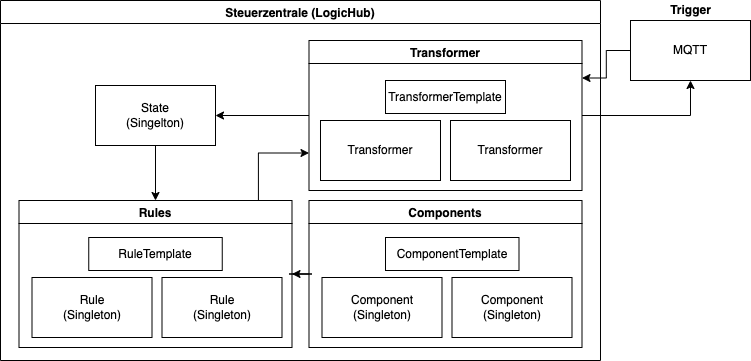
The draw.io diagram images/final_architecture_with_patterns.png in MJ7898/Master-Thesis, before a commit. Source tidied: cells renumbered, new cells last; positions are measured from the earlier drawing's top-left corner, leaving out a move shared by most shapes.
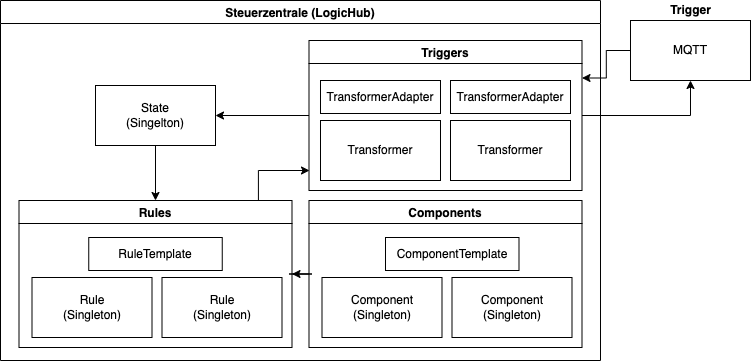
Above is the later version.

What changed in the source:
```diff
@@ -5,8 +5,13 @@
     <mxCell id="2" value="Steuerzentrale (LogicHub)" style="swimlane;" parent="1" vertex="1">
       <mxGeometry width="600" height="360" as="geometry" />
     </mxCell>
-    <mxCell id="3" style="edgeStyle=orthogonalEdgeStyle;rounded=0;jettySize=auto;html=1;entryX=0;entryY=0.75;entryDx=0;entryDy=0;exitX=0.877;exitY=0;exitDx=0;exitDy=0;exitPerimeter=0;" parent="2" edge="1" source="4" target="14">
-      <mxGeometry relative="1" as="geometry" />
+    <mxCell id="3" style="edgeStyle=orthogonalEdgeStyle;rounded=0;jettySize=auto;html=1;exitX=0.877;exitY=0;exitDx=0;exitDy=0;exitPerimeter=0;" parent="2" edge="1" source="4">
+      <mxGeometry relative="1" as="geometry">
+        <mxPoint x="309" y="170" as="targetPoint" />
+        <Array as="points">
+          <mxPoint x="258" y="170" />
+        </Array>
+      </mxGeometry>
     </mxCell>
     <mxCell id="4" value="Rules" style="swimlane;" parent="2" vertex="1">
       <mxGeometry x="18.5" y="200" width="273" height="147" as="geometry" />
@@ -35,29 +40,36 @@
     <mxCell id="12" value="ComponentTemplate" style="rounded=0;whiteSpace=wrap;html=1;" parent="9" vertex="1">
       <mxGeometry x="76.5" y="37" width="133.5" height="33" as="geometry" />
     </mxCell>
-    <mxCell id="13" style="edgeStyle=orthogonalEdgeStyle;rounded=0;jettySize=auto;html=1;entryX=1;entryY=0.5;entryDx=0;entryDy=0;" parent="2" edge="1" source="14" target="19">
-      <mxGeometry relative="1" as="geometry" />
+    <mxCell id="13" style="edgeStyle=orthogonalEdgeStyle;rounded=0;jettySize=auto;html=1;entryX=1;entryY=0.5;entryDx=0;entryDy=0;" parent="2" edge="1" target="19">
+      <mxGeometry relative="1" as="geometry">
+        <mxPoint x="308.5" y="115" as="sourcePoint" />
+      </mxGeometry>
     </mxCell>
-    <mxCell id="14" value="Transformer" style="swimlane;" parent="2" vertex="1">
-      <mxGeometry x="308.5" y="40" width="273" height="150" as="geometry" />
-    </mxCell>
+    <mxCell id="18" style="edgeStyle=orthogonalEdgeStyle;rounded=0;jettySize=auto;html=1;entryX=0.5;entryY=0;entryDx=0;entryDy=0;" parent="2" edge="1" source="19" target="4">
+      <mxGeometry relative="1" as="geometry" />
+    </mxCell>
+    <mxCell id="19" value="State&lt;br&gt;(Singelton)" style="rounded=0;whiteSpace=wrap;html=1;" parent="2" vertex="1">
+      <mxGeometry x="95" y="85" width="120" height="60" as="geometry" />
+    </mxCell>
+    <mxCell id="24" value="Triggers" style="swimlane;" parent="2" vertex="1">
+      <mxGeometry x="308.5" y="40" width="273" height="150" as="geometry" />
+    </mxCell>
-    <mxCell id="15" value="Transformer" style="rounded=0;whiteSpace=wrap;html=1;" parent="14" vertex="1">
+    <mxCell id="15" value="Transformer" style="rounded=0;whiteSpace=wrap;html=1;" parent="24" vertex="1">
       <mxGeometry x="11.5" y="80" width="120" height="60" as="geometry" />
     </mxCell>
-    <mxCell id="16" value="Transformer" style="rounded=0;whiteSpace=wrap;html=1;" parent="14" vertex="1">
+    <mxCell id="16" value="Transformer" style="rounded=0;whiteSpace=wrap;html=1;" parent="24" vertex="1">
       <mxGeometry x="141.5" y="80" width="120" height="60" as="geometry" />
     </mxCell>
-    <mxCell id="17" value="TransformerTemplate" style="rounded=0;whiteSpace=wrap;html=1;" parent="14" vertex="1">
-      <mxGeometry x="76.5" y="40" width="120" height="33" as="geometry" />
-    </mxCell>
-    <mxCell id="18" style="edgeStyle=orthogonalEdgeStyle;rounded=0;jettySize=auto;html=1;entryX=0.5;entryY=0;entryDx=0;entryDy=0;" parent="2" edge="1" source="19" target="4">
-      <mxGeometry relative="1" as="geometry" />
-    </mxCell>
-    <mxCell id="19" value="State&lt;br&gt;(Singelton)" style="rounded=0;whiteSpace=wrap;html=1;" parent="2" vertex="1">
-      <mxGeometry x="95" y="85" width="120" height="60" as="geometry" />
-    </mxCell>
+    <mxCell id="25" value="TransformerAdapter" style="rounded=0;whiteSpace=wrap;html=1;" parent="24" vertex="1">
+      <mxGeometry x="11.5" y="40" width="120" height="33" as="geometry" />
+    </mxCell>
+    <mxCell id="26" value="TransformerAdapter" style="rounded=0;whiteSpace=wrap;html=1;" parent="24" vertex="1">
+      <mxGeometry x="141.5" y="40" width="120" height="33" as="geometry" />
+    </mxCell>
-    <mxCell id="20" style="edgeStyle=orthogonalEdgeStyle;rounded=0;jettySize=auto;html=1;entryX=1;entryY=0.25;entryDx=0;entryDy=0;" parent="1" edge="1" source="21" target="14">
-      <mxGeometry relative="1" as="geometry" />
+    <mxCell id="20" style="edgeStyle=orthogonalEdgeStyle;rounded=0;jettySize=auto;html=1;entryX=1;entryY=0.25;entryDx=0;entryDy=0;" parent="1" edge="1" source="21">
+      <mxGeometry relative="1" as="geometry">
+        <mxPoint x="581.5" y="77.5" as="targetPoint" />
+      </mxGeometry>
     </mxCell>
     <mxCell id="21" value="MQTT" style="rounded=0;whiteSpace=wrap;html=1;fillColor=none;" parent="1" vertex="1">
       <mxGeometry x="630" y="20" width="120" height="60" as="geometry" />
@@ -65,8 +77,10 @@
     <mxCell id="22" value="&lt;b&gt;Trigger&lt;/b&gt;" style="text;html=1;align=center;verticalAlign=middle;strokeColor=none;fillColor=none;" parent="1" vertex="1">
       <mxGeometry x="660" width="60" height="20" as="geometry" />
     </mxCell>
-    <mxCell id="23" style="edgeStyle=orthogonalEdgeStyle;rounded=0;jettySize=auto;html=1;entryX=0.5;entryY=1;entryDx=0;entryDy=0;" parent="1" edge="1" source="14" target="21">
-      <mxGeometry relative="1" as="geometry" />
+    <mxCell id="23" style="edgeStyle=orthogonalEdgeStyle;rounded=0;jettySize=auto;html=1;entryX=0.5;entryY=1;entryDx=0;entryDy=0;" parent="1" edge="1" target="21">
+      <mxGeometry relative="1" as="geometry">
+        <mxPoint x="581.5" y="115" as="sourcePoint" />
+      </mxGeometry>
     </mxCell>
   </root>
 </mxGraphModel>
```
